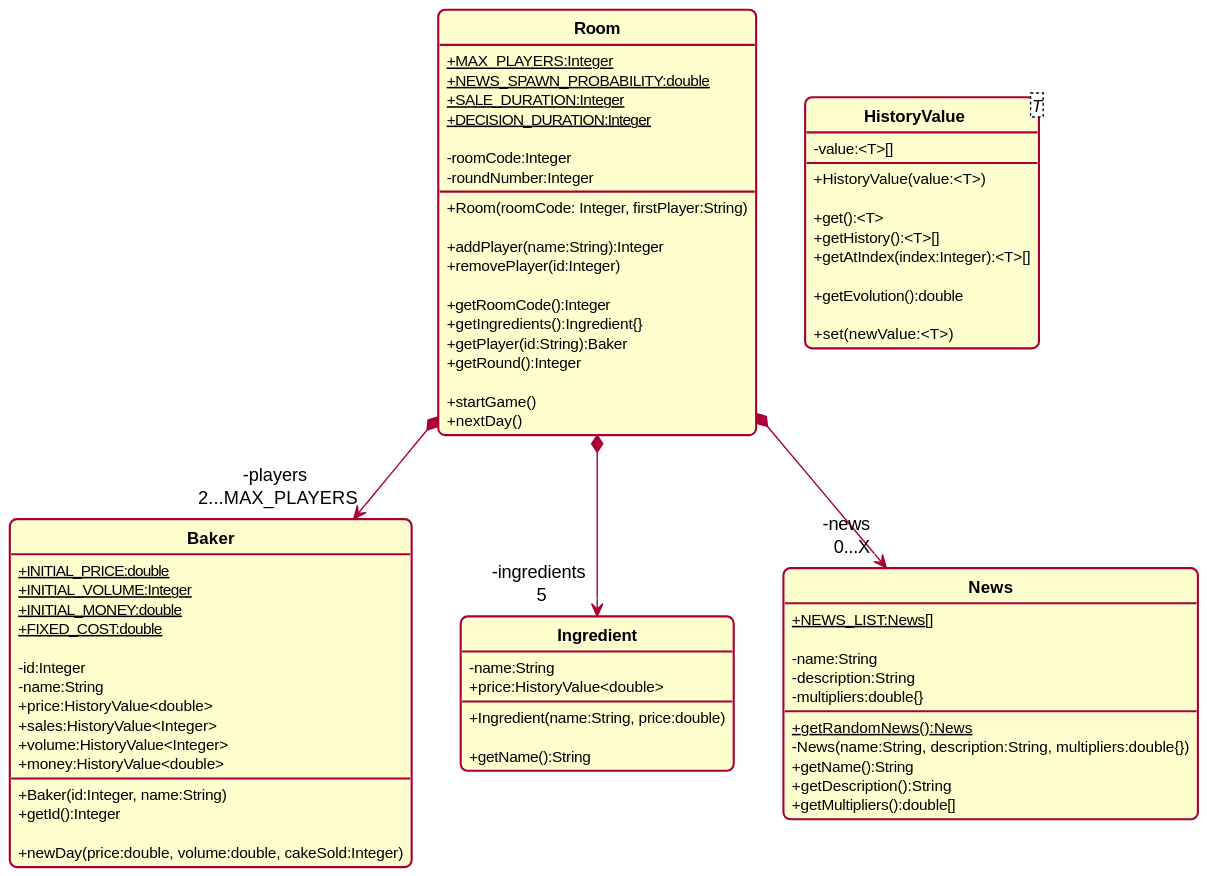
Before: diagrammeDeClasse.svg, a diagram exported from PlantUML (Les-Scrums-Masters/CakeIt).
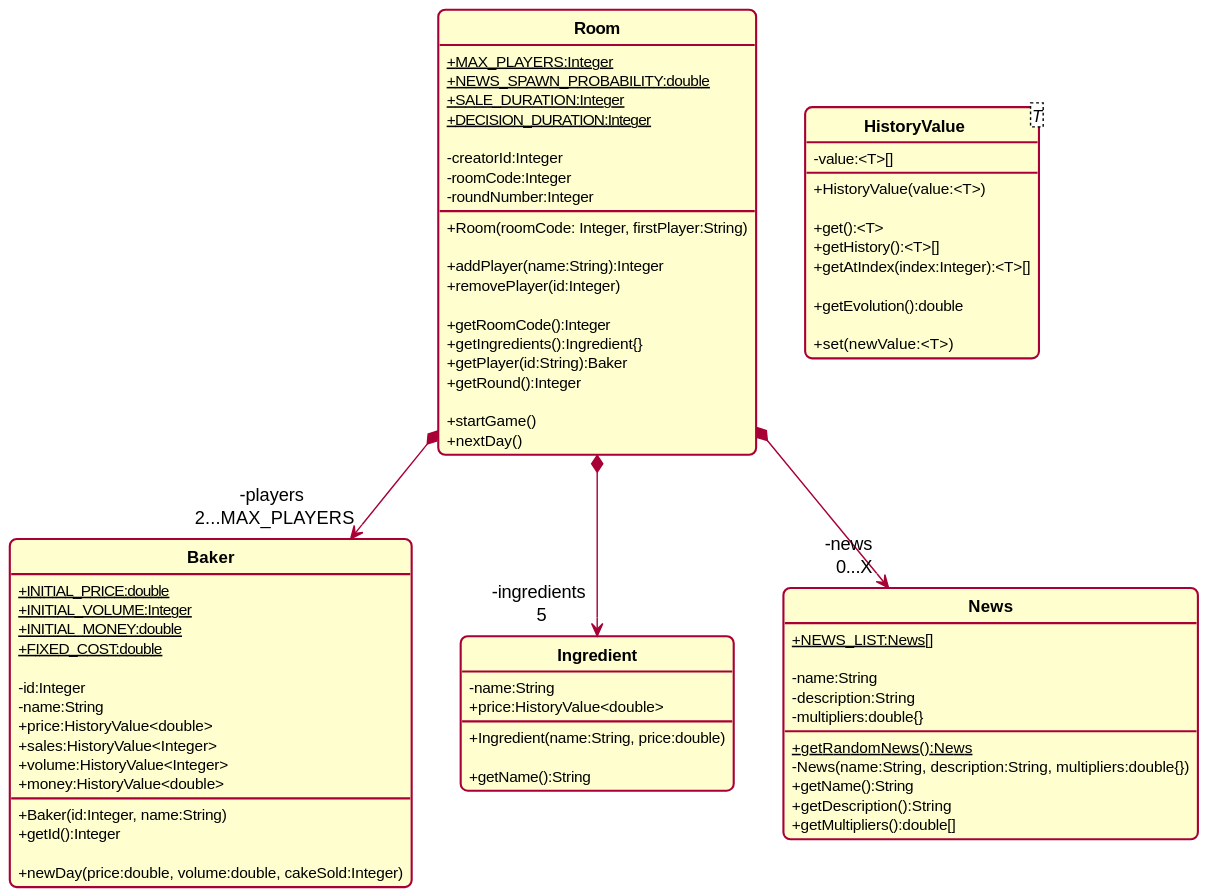
Above is the later version.

Commit message:
[UML] Added room creator ID

The edit, as a diff of the source:
```diff
@@ -13,6 +13,7 @@
     + {static}SALE_DURATION:Integer
     + {static}DECISION_DURATION:Integer
 
+    - creatorId:Integer
     - roomCode:Integer
     - roundNumber:Integer
     + Room(roomCode: Integer, firstPlayer:String)
```
